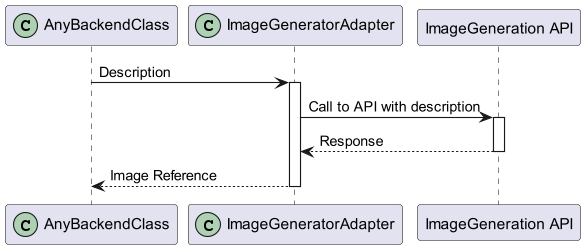
The PlantUML diagram media/sequence/backendImageGenerator.png in kambed/FoodzillaArchitecture, before a commit. Its diagram source:
```plantuml
@startuml
participant AnyBackendClass << (C,#ADD1B2) >>
participant ImageGeneratorAdapter  << (C,#ADD1B2) >>
participant "ImageGeneration API" as imageGenerationApi

AnyBackendClass -> ImageGeneratorAdapter: Description
activate ImageGeneratorAdapter
ImageGeneratorAdapter -> imageGenerationApi: Call to API with description
activate imageGenerationApi
return Response
return Image Reference
@enduml
```
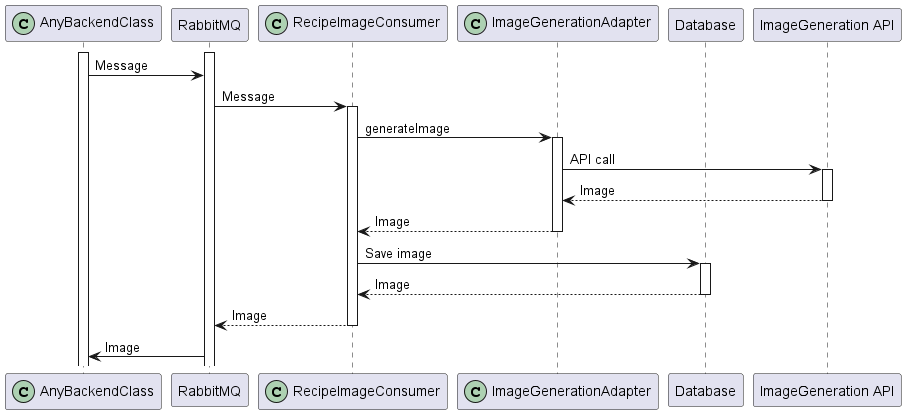
The same diagram one commit later.

The edit, as a diff of the source:
```diff
@@ -1,12 +1,27 @@
 @startuml
 participant AnyBackendClass << (C,#ADD1B2) >>
-participant ImageGeneratorAdapter  << (C,#ADD1B2) >>
+participant "RabbitMQ" as rabbitmq
+participant RecipeImageConsumer  << (C,#ADD1B2) >>
+participant ImageGenerationAdapter << (C,#ADD1B2) >>
+participant "Database" as db
 participant "ImageGeneration API" as imageGenerationApi
 
-AnyBackendClass -> ImageGeneratorAdapter: Description
-activate ImageGeneratorAdapter
-ImageGeneratorAdapter -> imageGenerationApi: Call to API with description
+activate AnyBackendClass
+activate rabbitmq
+AnyBackendClass -> rabbitmq: Message
+rabbitmq -> RecipeImageConsumer: Message
+activate RecipeImageConsumer
+RecipeImageConsumer -> ImageGenerationAdapter: generateImage
+activate ImageGenerationAdapter
+ImageGenerationAdapter -> imageGenerationApi: API call
 activate imageGenerationApi
-return Response
-return Image Reference
+return Image
+return Image
+RecipeImageConsumer -> db: Save image
+activate db
+return Image
+return Image
+rabbitmq -> AnyBackendClass: Image
+
+
 @enduml
```
